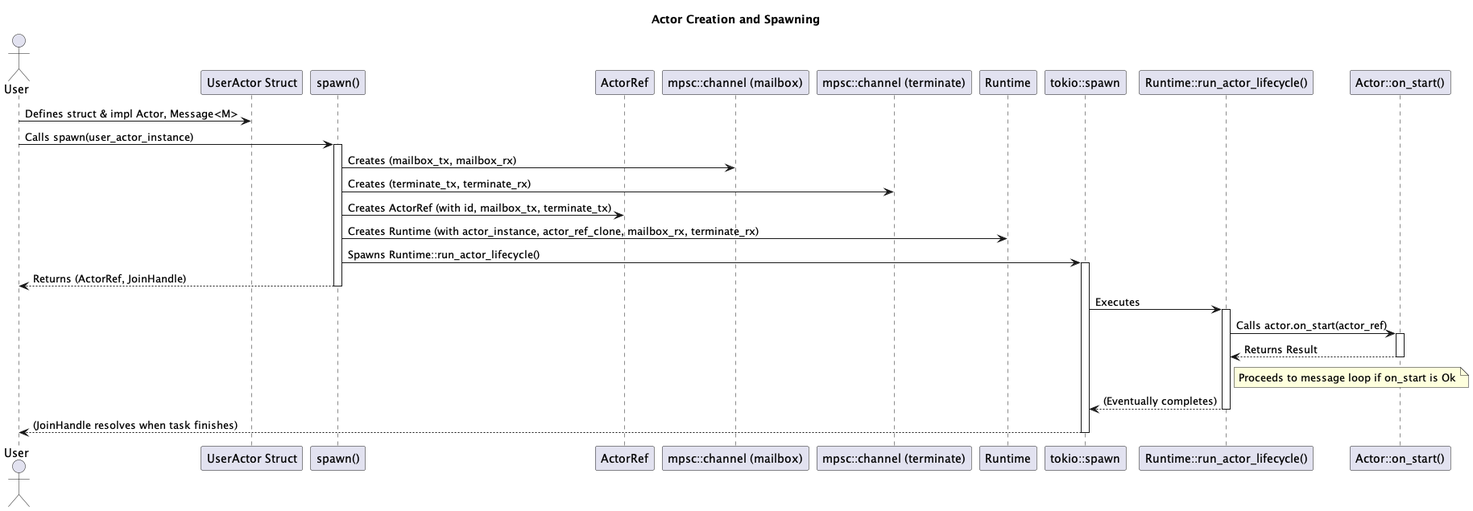
Before: docs/Actor Cration and Spawning.png, a diagram exported from PlantUML (hiking90/rsactor). Source of this version:
```plantuml
@startuml Actor Cration and Spawning
title Actor Creation and Spawning

actor User
participant "UserActor Struct" as UserActor
participant "spawn()" as spawn_func
participant "ActorRef" as ActorRef_type
participant "mpsc::channel (mailbox)" as MailboxChannel
participant "mpsc::channel (terminate)" as TerminateChannel
participant "Runtime" as Runtime_type
participant "tokio::spawn" as tokio_spawn
participant "Runtime::run_actor_lifecycle()" as run_lifecycle
participant "Actor::on_start()" as on_start_method

User -> UserActor: Defines struct & impl Actor, Message<M>
User -> spawn_func: Calls spawn(user_actor_instance)
activate spawn_func

spawn_func -> MailboxChannel: Creates (mailbox_tx, mailbox_rx)
spawn_func -> TerminateChannel: Creates (terminate_tx, terminate_rx)
spawn_func -> ActorRef_type: Creates ActorRef (with id, mailbox_tx, terminate_tx)
spawn_func -> Runtime_type: Creates Runtime (with actor_instance, actor_ref_clone, mailbox_rx, terminate_rx)
spawn_func -> tokio_spawn: Spawns Runtime::run_actor_lifecycle()
activate tokio_spawn
spawn_func --> User: Returns (ActorRef, JoinHandle)
deactivate spawn_func

tokio_spawn -> run_lifecycle: Executes
activate run_lifecycle
run_lifecycle -> on_start_method: Calls actor.on_start(actor_ref)
activate on_start_method
on_start_method --> run_lifecycle: Returns Result
deactivate on_start_method
note right of run_lifecycle: Proceeds to message loop if on_start is Ok

run_lifecycle --> tokio_spawn: (Eventually completes)
deactivate run_lifecycle
tokio_spawn --> User: (JoinHandle resolves when task finishes)
deactivate tokio_spawn

@enduml
```
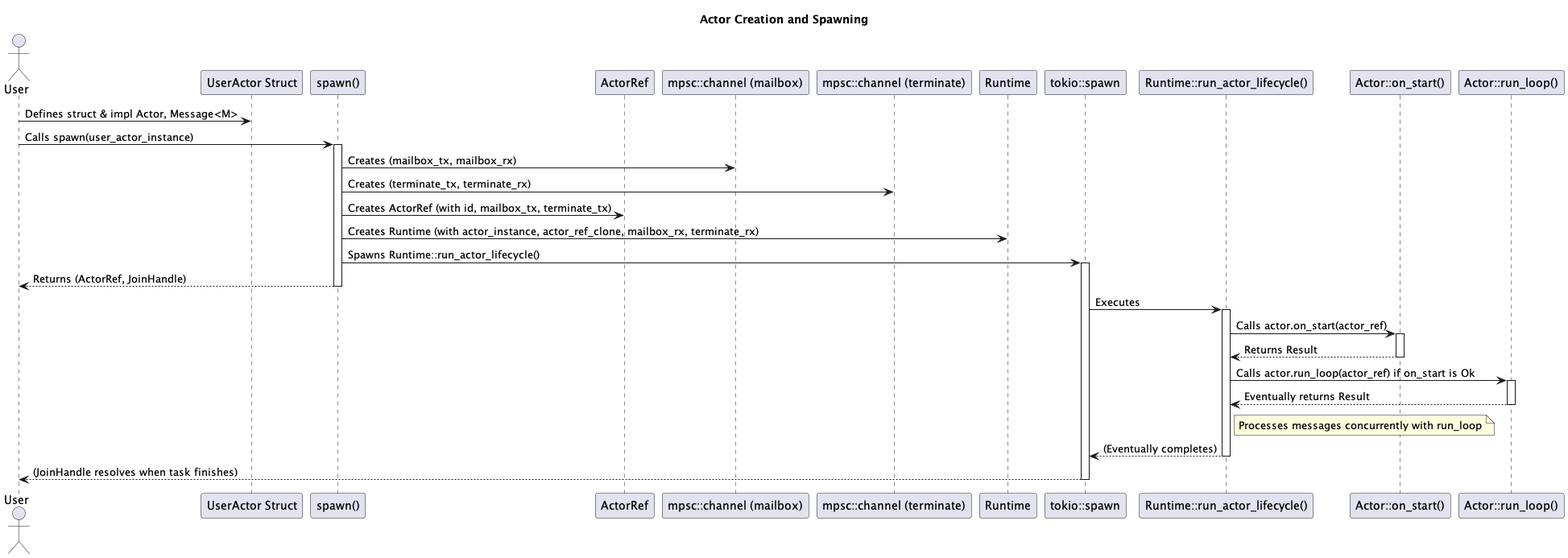
Later version of the same file.

Commit message:
Rename on_run to run_loop in Actor trait and update its implementation for clarity

The edit, as a diff of the source:
```diff
@@ -11,6 +11,7 @@
 participant "tokio::spawn" as tokio_spawn
 participant "Runtime::run_actor_lifecycle()" as run_lifecycle
 participant "Actor::on_start()" as on_start_method
+participant "Actor::run_loop()" as run_loop_method
 
 User -> UserActor: Defines struct & impl Actor, Message<M>
 User -> spawn_func: Calls spawn(user_actor_instance)
@@ -31,7 +32,11 @@
 activate on_start_method
 on_start_method --> run_lifecycle: Returns Result
 deactivate on_start_method
-note right of run_lifecycle: Proceeds to message loop if on_start is Ok
+run_lifecycle -> run_loop_method: Calls actor.run_loop(actor_ref) if on_start is Ok
+activate run_loop_method
+run_loop_method --> run_lifecycle: Eventually returns Result
+deactivate run_loop_method
+note right of run_lifecycle: Processes messages concurrently with run_loop
 
 run_lifecycle --> tokio_spawn: (Eventually completes)
 deactivate run_lifecycle
```
